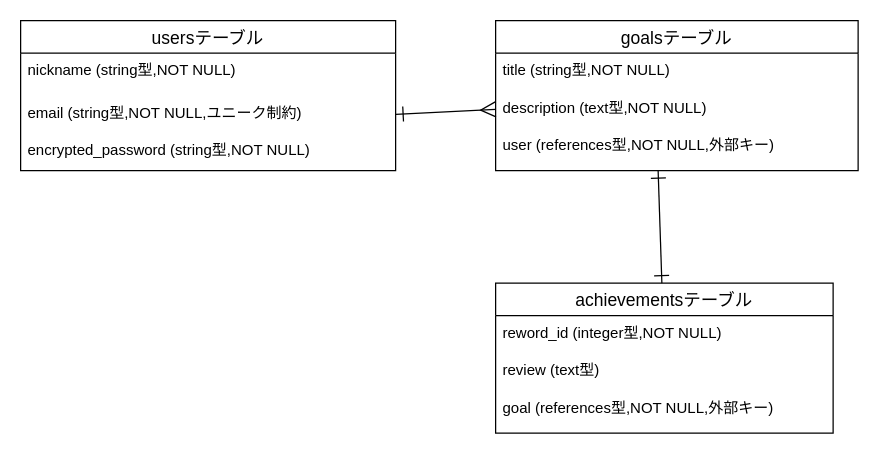
Before: shukanbi-ER.dio in miradori/shukanbi, a draw.io diagram. Source tidied: cells renumbered, new cells numbered last; positions are measured from the earlier drawing's top-left corner, leaving out a move shared by most shapes. Both pictures are drawn from the tidied source at 125%, with x=0, y=0 at pixel (20, 20).
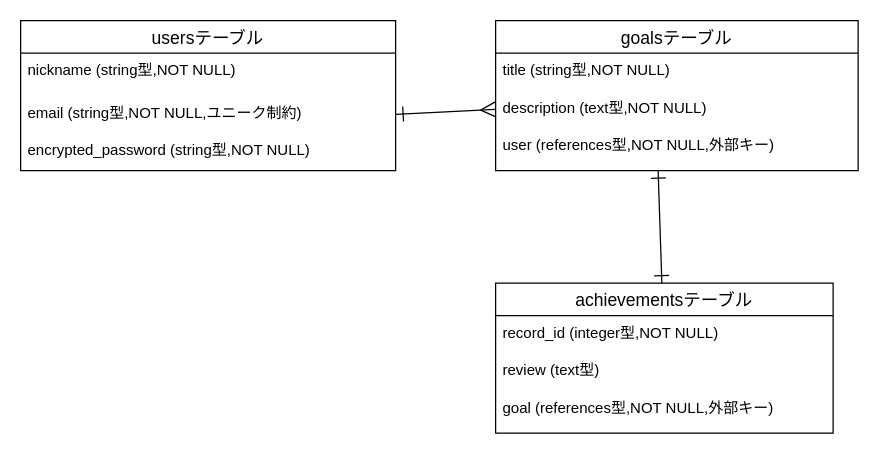
Above is the later version.

Change to the diagram source:
```diff
@@
 <mxGraphModel>
   <root>
     <mxCell id="0" />
     <mxCell id="1" parent="0" />
     <mxCell id="2" value="usersテーブル" style="swimlane;fontStyle=0;horizontal=1;startSize=26;align=center;fontSize=14;" parent="1" vertex="1">
       <mxGeometry width="300" height="120" as="geometry" />
     </mxCell>
     <mxCell id="3" value="nickname (string型,NOT NULL)" style="text;strokeColor=none;fillColor=none;spacingLeft=4;spacingRight=4;overflow=hidden;fontSize=12;" parent="2" vertex="1">
       <mxGeometry y="26" width="300" height="34" as="geometry" />
     </mxCell>
     <mxCell id="4" value="email (string型,NOT NULL,ユニーク制約)" style="text;strokeColor=none;fillColor=none;spacingLeft=4;spacingRight=4;overflow=hidden;points=[[0,0.5],[1,0.5]];portConstraint=eastwest;fontSize=12;" parent="2" vertex="1">
       <mxGeometry y="60" width="300" height="30" as="geometry" />
     </mxCell>
     <mxCell id="5" value="encrypted_password (string型,NOT NULL)    " style="text;strokeColor=none;fillColor=none;spacingLeft=4;spacingRight=4;overflow=hidden;fontSize=12;" parent="2" vertex="1">
       <mxGeometry y="90" width="300" height="30" as="geometry" />
     </mxCell>
     <mxCell id="6" value="goalsテーブル" style="swimlane;fontStyle=0;horizontal=1;startSize=26;align=center;fontSize=14;" parent="1" vertex="1">
       <mxGeometry x="380" width="290" height="120" as="geometry" />
     </mxCell>
     <mxCell id="7" value="title (string型,NOT NULL)" style="text;strokeColor=none;fillColor=none;spacingLeft=4;spacingRight=4;overflow=hidden;fontSize=12;" parent="6" vertex="1">
       <mxGeometry y="26" width="290" height="30" as="geometry" />
     </mxCell>
     <mxCell id="8" value="description (text型,NOT NULL)" style="text;strokeColor=none;fillColor=none;spacingLeft=4;spacingRight=4;overflow=hidden;points=[[0,0.5],[1,0.5]];portConstraint=eastwest;fontSize=12;" parent="6" vertex="1">
       <mxGeometry y="56" width="290" height="30" as="geometry" />
     </mxCell>
     <mxCell id="9" value="user (references型,NOT NULL,外部キー)" style="text;strokeColor=none;fillColor=none;spacingLeft=4;spacingRight=4;overflow=hidden;fontSize=12;" parent="6" vertex="1">
       <mxGeometry y="86" width="290" height="34" as="geometry" />
     </mxCell>
     <mxCell id="10" value="achievementsテーブル" style="swimlane;fontStyle=0;horizontal=1;startSize=26;align=center;fontSize=14;" parent="1" vertex="1">
       <mxGeometry x="380" y="210" width="270" height="120" as="geometry" />
     </mxCell>
-    <mxCell id="11" value="reword_id (integer型,NOT NULL)" style="text;strokeColor=none;fillColor=none;spacingLeft=4;spacingRight=4;overflow=hidden;fontSize=12;" parent="10" vertex="1">
+    <mxCell id="11" value="record_id (integer型,NOT NULL)" style="text;strokeColor=none;fillColor=none;spacingLeft=4;spacingRight=4;overflow=hidden;fontSize=12;" parent="10" vertex="1">
       <mxGeometry y="26" width="270" height="30" as="geometry" />
     </mxCell>
     <mxCell id="12" value="review (text型)" style="text;strokeColor=none;fillColor=none;spacingLeft=4;spacingRight=4;overflow=hidden;fontSize=12;" parent="10" vertex="1">
       <mxGeometry y="56" width="270" height="30" as="geometry" />
     </mxCell>
     <mxCell id="13" value="goal (references型,NOT NULL,外部キー)" style="text;strokeColor=none;fillColor=none;spacingLeft=4;spacingRight=4;overflow=hidden;fontSize=12;" parent="10" vertex="1">
       <mxGeometry y="86" width="270" height="34" as="geometry" />
     </mxCell>
     <mxCell id="14" style="fontSize=12;html=1;endArrow=ERmany;exitX=1;exitY=0.5;exitDx=0;exitDy=0;entryX=0;entryY=0.5;entryDx=0;entryDy=0;startArrow=ERone;startFill=0;strokeWidth=1;endSize=10;startSize=10;endFill=0;" parent="1" edge="1" source="4" target="8">
       <mxGeometry relative="1" as="geometry" />
     </mxCell>
     <mxCell id="15" style="fontSize=12;html=1;endArrow=ERone;startArrow=ERone;startFill=0;strokeWidth=1;endSize=10;startSize=10;endFill=0;" parent="1" edge="1" target="10">
       <mxGeometry relative="1" as="geometry">
         <mxPoint x="510" y="120" as="sourcePoint" />
       </mxGeometry>
     </mxCell>
   </root>
 </mxGraphModel>
```
